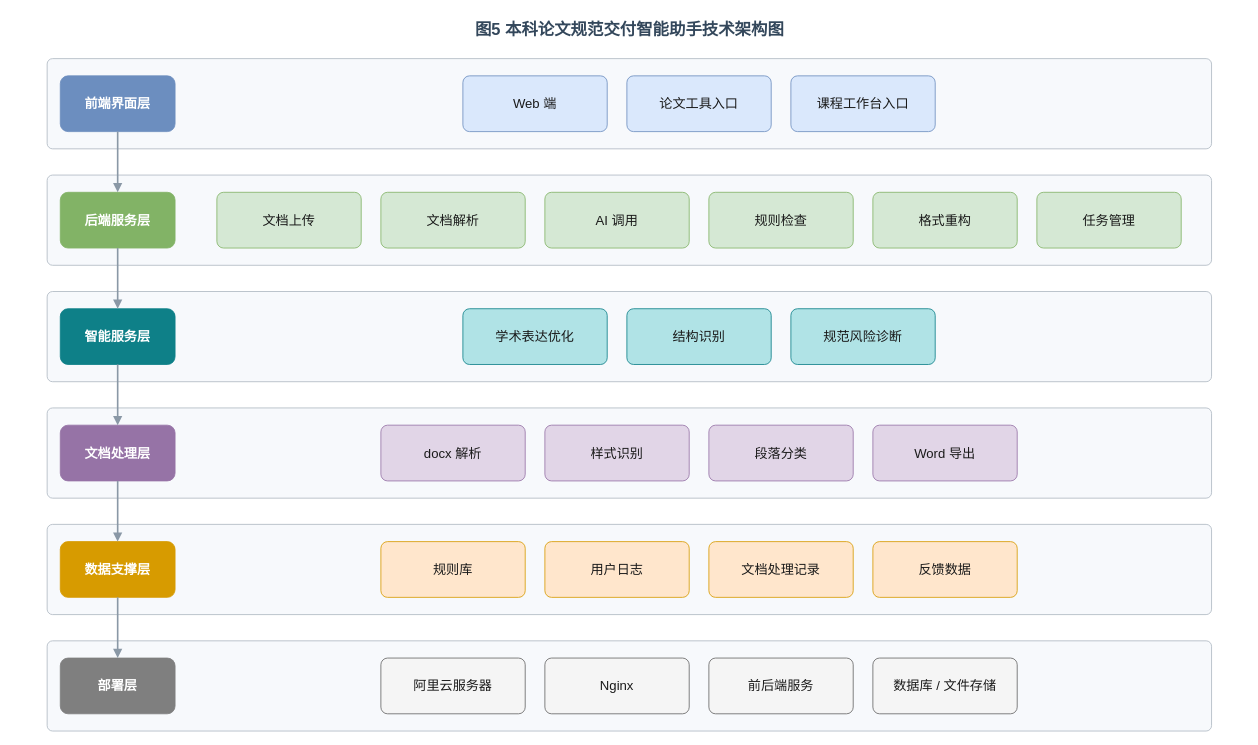
This is docs/drawio/图5-技术架构图.drawio from LetItGoBoy/thesis-formatter, a draw.io file, before an edit. Source tidied: cells renumbered, new cells numbered last; positions are measured from the earlier drawing's top-left corner, leaving out a move shared by most shapes. Both pictures are drawn from the tidied source at 82%, with x=0, y=0 at pixel (14, 14).
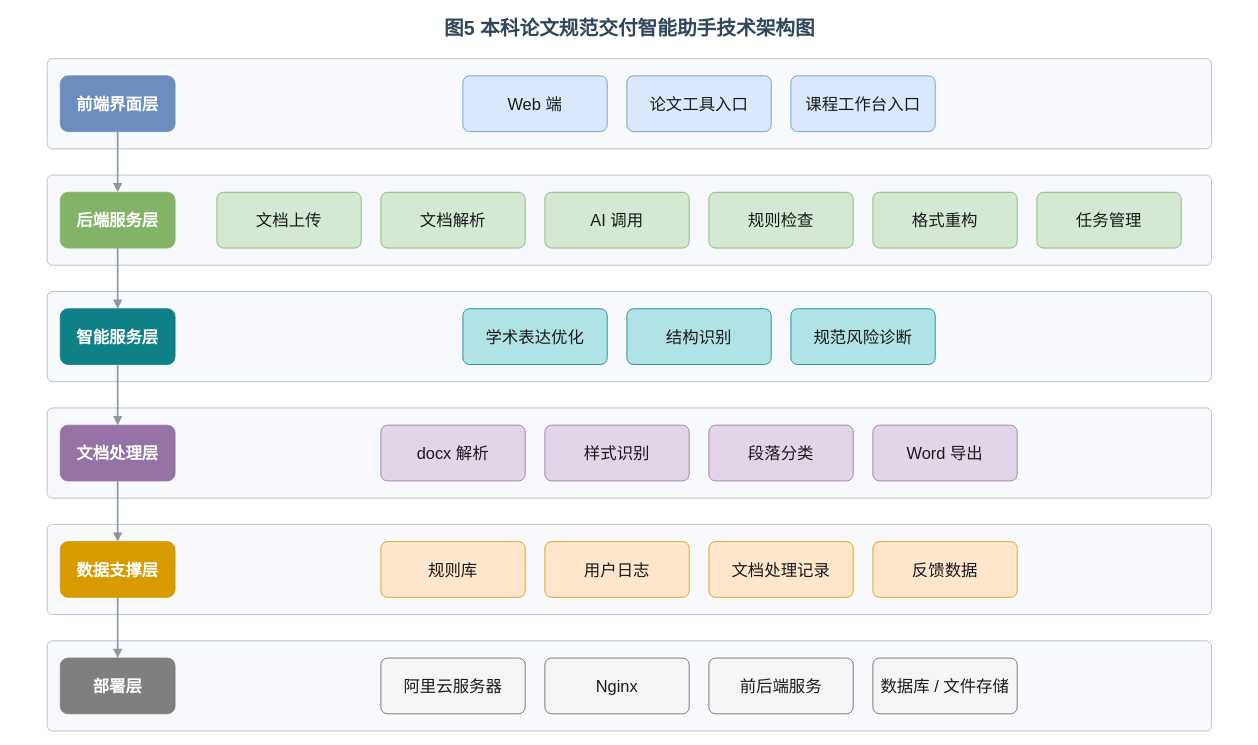
After the change.

What changed in the source:
```diff
@@
-    <mxCell id="2" value="图5  本科论文规范交付智能助手技术架构图" style="text;html=1;align=center;verticalAlign=middle;fontSize=20;fontStyle=1;fontColor=#33475B;" parent="1" vertex="1">
+    <mxCell id="2" value="图5  本科论文规范交付智能助手技术架构图" style="text;html=1;align=center;verticalAlign=middle;fontSize=24;fontStyle=1;fontColor=#33475B;" parent="1" vertex="1">
       <mxGeometry width="1500" height="36" as="geometry" />
     </mxCell>
@@
-    <mxCell id="4" value="前端界面层" style="rounded=1;arcSize=14;whiteSpace=wrap;html=1;fillColor=#6C8EBF;strokeColor=#6C8EBF;fontColor=#FFFFFF;fontStyle=1;fontSize=16;" parent="1" vertex="1">
+    <mxCell id="4" value="前端界面层" style="rounded=1;arcSize=14;whiteSpace=wrap;html=1;fillColor=#6C8EBF;strokeColor=#6C8EBF;fontColor=#FFFFFF;fontStyle=1;fontSize=20;" parent="1" vertex="1">
       <mxGeometry x="56" y="75" width="140" height="68" as="geometry" />
     </mxCell>
-    <mxCell id="5" value="Web 端" style="rounded=1;arcSize=12;whiteSpace=wrap;html=1;fillColor=#DAE8FC;strokeColor=#6C8EBF;fontColor=#1A1A1A;fontSize=16;shadow=0;" parent="1" vertex="1">
+    <mxCell id="5" value="Web 端" style="rounded=1;arcSize=12;whiteSpace=wrap;html=1;fillColor=#DAE8FC;strokeColor=#6C8EBF;fontColor=#1A1A1A;fontSize=20;shadow=0;" parent="1" vertex="1">
       <mxGeometry x="547" y="75" width="176" height="68" as="geometry" />
     </mxCell>
-    <mxCell id="6" value="论文工具入口" style="rounded=1;arcSize=12;whiteSpace=wrap;html=1;fillColor=#DAE8FC;strokeColor=#6C8EBF;fontColor=#1A1A1A;fontSize=16;shadow=0;" parent="1" vertex="1">
+    <mxCell id="6" value="论文工具入口" style="rounded=1;arcSize=12;whiteSpace=wrap;html=1;fillColor=#DAE8FC;strokeColor=#6C8EBF;fontColor=#1A1A1A;fontSize=20;shadow=0;" parent="1" vertex="1">
       <mxGeometry x="747" y="75" width="176" height="68" as="geometry" />
     </mxCell>
-    <mxCell id="7" value="课程工作台入口" style="rounded=1;arcSize=12;whiteSpace=wrap;html=1;fillColor=#DAE8FC;strokeColor=#6C8EBF;fontColor=#1A1A1A;fontSize=16;shadow=0;" parent="1" vertex="1">
+    <mxCell id="7" value="课程工作台入口" style="rounded=1;arcSize=12;whiteSpace=wrap;html=1;fillColor=#DAE8FC;strokeColor=#6C8EBF;fontColor=#1A1A1A;fontSize=20;shadow=0;" parent="1" vertex="1">
       <mxGeometry x="947" y="75" width="176" height="68" as="geometry" />
     </mxCell>
@@
-    <mxCell id="9" value="后端服务层" style="rounded=1;arcSize=14;whiteSpace=wrap;html=1;fillColor=#82B366;strokeColor=#82B366;fontColor=#FFFFFF;fontStyle=1;fontSize=16;" parent="1" vertex="1">
+    <mxCell id="9" value="后端服务层" style="rounded=1;arcSize=14;whiteSpace=wrap;html=1;fillColor=#82B366;strokeColor=#82B366;fontColor=#FFFFFF;fontStyle=1;fontSize=20;" parent="1" vertex="1">
       <mxGeometry x="56" y="217" width="140" height="68" as="geometry" />
     </mxCell>
-    <mxCell id="10" value="文档上传" style="rounded=1;arcSize=12;whiteSpace=wrap;html=1;fillColor=#D5E8D4;strokeColor=#82B366;fontColor=#1A1A1A;fontSize=16;shadow=0;" parent="1" vertex="1">
+    <mxCell id="10" value="文档上传" style="rounded=1;arcSize=12;whiteSpace=wrap;html=1;fillColor=#D5E8D4;strokeColor=#82B366;fontColor=#1A1A1A;fontSize=20;shadow=0;" parent="1" vertex="1">
       <mxGeometry x="247" y="217" width="176" height="68" as="geometry" />
     </mxCell>
-    <mxCell id="11" value="文档解析" style="rounded=1;arcSize=12;whiteSpace=wrap;html=1;fillColor=#D5E8D4;strokeColor=#82B366;fontColor=#1A1A1A;fontSize=16;shadow=0;" parent="1" vertex="1">
+    <mxCell id="11" value="文档解析" style="rounded=1;arcSize=12;whiteSpace=wrap;html=1;fillColor=#D5E8D4;strokeColor=#82B366;fontColor=#1A1A1A;fontSize=20;shadow=0;" parent="1" vertex="1">
       <mxGeometry x="447" y="217" width="176" height="68" as="geometry" />
     </mxCell>
-    <mxCell id="12" value="AI 调用" style="rounded=1;arcSize=12;whiteSpace=wrap;html=1;fillColor=#D5E8D4;strokeColor=#82B366;fontColor=#1A1A1A;fontSize=16;shadow=0;" parent="1" vertex="1">
+    <mxCell id="12" value="AI 调用" style="rounded=1;arcSize=12;whiteSpace=wrap;html=1;fillColor=#D5E8D4;strokeColor=#82B366;fontColor=#1A1A1A;fontSize=20;shadow=0;" parent="1" vertex="1">
       <mxGeometry x="647" y="217" width="176" height="68" as="geometry" />
     </mxCell>
-    <mxCell id="13" value="规则检查" style="rounded=1;arcSize=12;whiteSpace=wrap;html=1;fillColor=#D5E8D4;strokeColor=#82B366;fontColor=#1A1A1A;fontSize=16;shadow=0;" parent="1" vertex="1">
+    <mxCell id="13" value="规则检查" style="rounded=1;arcSize=12;whiteSpace=wrap;html=1;fillColor=#D5E8D4;strokeColor=#82B366;fontColor=#1A1A1A;fontSize=20;shadow=0;" parent="1" vertex="1">
       <mxGeometry x="847" y="217" width="176" height="68" as="geometry" />
     </mxCell>
-    <mxCell id="14" value="格式重构" style="rounded=1;arcSize=12;whiteSpace=wrap;html=1;fillColor=#D5E8D4;strokeColor=#82B366;fontColor=#1A1A1A;fontSize=16;shadow=0;" parent="1" vertex="1">
+    <mxCell id="14" value="格式重构" style="rounded=1;arcSize=12;whiteSpace=wrap;html=1;fillColor=#D5E8D4;strokeColor=#82B366;fontColor=#1A1A1A;fontSize=20;shadow=0;" parent="1" vertex="1">
       <mxGeometry x="1047" y="217" width="176" height="68" as="geometry" />
     </mxCell>
-    <mxCell id="15" value="任务管理" style="rounded=1;arcSize=12;whiteSpace=wrap;html=1;fillColor=#D5E8D4;strokeColor=#82B366;fontColor=#1A1A1A;fontSize=16;shadow=0;" parent="1" vertex="1">
+    <mxCell id="15" value="任务管理" style="rounded=1;arcSize=12;whiteSpace=wrap;html=1;fillColor=#D5E8D4;strokeColor=#82B366;fontColor=#1A1A1A;fontSize=20;shadow=0;" parent="1" vertex="1">
       <mxGeometry x="1247" y="217" width="176" height="68" as="geometry" />
     </mxCell>
@@
-    <mxCell id="17" value="智能服务层" style="rounded=1;arcSize=14;whiteSpace=wrap;html=1;fillColor=#0E8088;strokeColor=#0E8088;fontColor=#FFFFFF;fontStyle=1;fontSize=16;" parent="1" vertex="1">
+    <mxCell id="17" value="智能服务层" style="rounded=1;arcSize=14;whiteSpace=wrap;html=1;fillColor=#0E8088;strokeColor=#0E8088;fontColor=#FFFFFF;fontStyle=1;fontSize=20;" parent="1" vertex="1">
       <mxGeometry x="56" y="359" width="140" height="68" as="geometry" />
     </mxCell>
-    <mxCell id="18" value="学术表达优化" style="rounded=1;arcSize=12;whiteSpace=wrap;html=1;fillColor=#B0E3E6;strokeColor=#0E8088;fontColor=#1A1A1A;fontSize=16;shadow=0;" parent="1" vertex="1">
+    <mxCell id="18" value="学术表达优化" style="rounded=1;arcSize=12;whiteSpace=wrap;html=1;fillColor=#B0E3E6;strokeColor=#0E8088;fontColor=#1A1A1A;fontSize=20;shadow=0;" parent="1" vertex="1">
       <mxGeometry x="547" y="359" width="176" height="68" as="geometry" />
     </mxCell>
-    <mxCell id="19" value="结构识别" style="rounded=1;arcSize=12;whiteSpace=wrap;html=1;fillColor=#B0E3E6;strokeColor=#0E8088;fontColor=#1A1A1A;fontSize=16;shadow=0;" parent="1" vertex="1">
+    <mxCell id="19" value="结构识别" style="rounded=1;arcSize=12;whiteSpace=wrap;html=1;fillColor=#B0E3E6;strokeColor=#0E8088;fontColor=#1A1A1A;fontSize=20;shadow=0;" parent="1" vertex="1">
       <mxGeometry x="747" y="359" width="176" height="68" as="geometry" />
     </mxCell>
-    <mxCell id="20" value="规范风险诊断" style="rounded=1;arcSize=12;whiteSpace=wrap;html=1;fillColor=#B0E3E6;strokeColor=#0E8088;fontColor=#1A1A1A;fontSize=16;shadow=0;" parent="1" vertex="1">
+    <mxCell id="20" value="规范风险诊断" style="rounded=1;arcSize=12;whiteSpace=wrap;html=1;fillColor=#B0E3E6;strokeColor=#0E8088;fontColor=#1A1A1A;fontSize=20;shadow=0;" parent="1" vertex="1">
       <mxGeometry x="947" y="359" width="176" height="68" as="geometry" />
     </mxCell>
@@
-    <mxCell id="22" value="文档处理层" style="rounded=1;arcSize=14;whiteSpace=wrap;html=1;fillColor=#9673A6;strokeColor=#9673A6;fontColor=#FFFFFF;fontStyle=1;fontSize=16;" parent="1" vertex="1">
+    <mxCell id="22" value="文档处理层" style="rounded=1;arcSize=14;whiteSpace=wrap;html=1;fillColor=#9673A6;strokeColor=#9673A6;fontColor=#FFFFFF;fontStyle=1;fontSize=20;" parent="1" vertex="1">
       <mxGeometry x="56" y="501" width="140" height="68" as="geometry" />
     </mxCell>
-    <mxCell id="23" value="docx 解析" style="rounded=1;arcSize=12;whiteSpace=wrap;html=1;fillColor=#E1D5E7;strokeColor=#9673A6;fontColor=#1A1A1A;fontSize=16;shadow=0;" parent="1" vertex="1">
+    <mxCell id="23" value="docx 解析" style="rounded=1;arcSize=12;whiteSpace=wrap;html=1;fillColor=#E1D5E7;strokeColor=#9673A6;fontColor=#1A1A1A;fontSize=20;shadow=0;" parent="1" vertex="1">
       <mxGeometry x="447" y="501" width="176" height="68" as="geometry" />
     </mxCell>
-    <mxCell id="24" value="样式识别" style="rounded=1;arcSize=12;whiteSpace=wrap;html=1;fillColor=#E1D5E7;strokeColor=#9673A6;fontColor=#1A1A1A;fontSize=16;shadow=0;" parent="1" vertex="1">
+    <mxCell id="24" value="样式识别" style="rounded=1;arcSize=12;whiteSpace=wrap;html=1;fillColor=#E1D5E7;strokeColor=#9673A6;fontColor=#1A1A1A;fontSize=20;shadow=0;" parent="1" vertex="1">
       <mxGeometry x="647" y="501" width="176" height="68" as="geometry" />
     </mxCell>
-    <mxCell id="25" value="段落分类" style="rounded=1;arcSize=12;whiteSpace=wrap;html=1;fillColor=#E1D5E7;strokeColor=#9673A6;fontColor=#1A1A1A;fontSize=16;shadow=0;" parent="1" vertex="1">
+    <mxCell id="25" value="段落分类" style="rounded=1;arcSize=12;whiteSpace=wrap;html=1;fillColor=#E1D5E7;strokeColor=#9673A6;fontColor=#1A1A1A;fontSize=20;shadow=0;" parent="1" vertex="1">
       <mxGeometry x="847" y="501" width="176" height="68" as="geometry" />
     </mxCell>
-    <mxCell id="26" value="Word 导出" style="rounded=1;arcSize=12;whiteSpace=wrap;html=1;fillColor=#E1D5E7;strokeColor=#9673A6;fontColor=#1A1A1A;fontSize=16;shadow=0;" parent="1" vertex="1">
+    <mxCell id="26" value="Word 导出" style="rounded=1;arcSize=12;whiteSpace=wrap;html=1;fillColor=#E1D5E7;strokeColor=#9673A6;fontColor=#1A1A1A;fontSize=20;shadow=0;" parent="1" vertex="1">
       <mxGeometry x="1047" y="501" width="176" height="68" as="geometry" />
     </mxCell>
@@
-    <mxCell id="28" value="数据支撑层" style="rounded=1;arcSize=14;whiteSpace=wrap;html=1;fillColor=#D79B00;strokeColor=#D79B00;fontColor=#FFFFFF;fontStyle=1;fontSize=16;" parent="1" vertex="1">
+    <mxCell id="28" value="数据支撑层" style="rounded=1;arcSize=14;whiteSpace=wrap;html=1;fillColor=#D79B00;strokeColor=#D79B00;fontColor=#FFFFFF;fontStyle=1;fontSize=20;" parent="1" vertex="1">
       <mxGeometry x="56" y="643" width="140" height="68" as="geometry" />
     </mxCell>
-    <mxCell id="29" value="规则库" style="rounded=1;arcSize=12;whiteSpace=wrap;html=1;fillColor=#FFE6CC;strokeColor=#D79B00;fontColor=#1A1A1A;fontSize=16;shadow=0;" parent="1" vertex="1">
+    <mxCell id="29" value="规则库" style="rounded=1;arcSize=12;whiteSpace=wrap;html=1;fillColor=#FFE6CC;strokeColor=#D79B00;fontColor=#1A1A1A;fontSize=20;shadow=0;" parent="1" vertex="1">
       <mxGeometry x="447" y="643" width="176" height="68" as="geometry" />
     </mxCell>
-    <mxCell id="30" value="用户日志" style="rounded=1;arcSize=12;whiteSpace=wrap;html=1;fillColor=#FFE6CC;strokeColor=#D79B00;fontColor=#1A1A1A;fontSize=16;shadow=0;" parent="1" vertex="1">
+    <mxCell id="30" value="用户日志" style="rounded=1;arcSize=12;whiteSpace=wrap;html=1;fillColor=#FFE6CC;strokeColor=#D79B00;fontColor=#1A1A1A;fontSize=20;shadow=0;" parent="1" vertex="1">
       <mxGeometry x="647" y="643" width="176" height="68" as="geometry" />
     </mxCell>
-    <mxCell id="31" value="文档处理记录" style="rounded=1;arcSize=12;whiteSpace=wrap;html=1;fillColor=#FFE6CC;strokeColor=#D79B00;fontColor=#1A1A1A;fontSize=16;shadow=0;" parent="1" vertex="1">
+    <mxCell id="31" value="文档处理记录" style="rounded=1;arcSize=12;whiteSpace=wrap;html=1;fillColor=#FFE6CC;strokeColor=#D79B00;fontColor=#1A1A1A;fontSize=20;shadow=0;" parent="1" vertex="1">
       <mxGeometry x="847" y="643" width="176" height="68" as="geometry" />
     </mxCell>
-    <mxCell id="32" value="反馈数据" style="rounded=1;arcSize=12;whiteSpace=wrap;html=1;fillColor=#FFE6CC;strokeColor=#D79B00;fontColor=#1A1A1A;fontSize=16;shadow=0;" parent="1" vertex="1">
+    <mxCell id="32" value="反馈数据" style="rounded=1;arcSize=12;whiteSpace=wrap;html=1;fillColor=#FFE6CC;strokeColor=#D79B00;fontColor=#1A1A1A;fontSize=20;shadow=0;" parent="1" vertex="1">
       <mxGeometry x="1047" y="643" width="176" height="68" as="geometry" />
     </mxCell>
@@
-    <mxCell id="34" value="部署层" style="rounded=1;arcSize=14;whiteSpace=wrap;html=1;fillColor=#7F7F7F;strokeColor=#7F7F7F;fontColor=#FFFFFF;fontStyle=1;fontSize=16;" parent="1" vertex="1">
+    <mxCell id="34" value="部署层" style="rounded=1;arcSize=14;whiteSpace=wrap;html=1;fillColor=#7F7F7F;strokeColor=#7F7F7F;fontColor=#FFFFFF;fontStyle=1;fontSize=20;" parent="1" vertex="1">
       <mxGeometry x="56" y="785" width="140" height="68" as="geometry" />
     </mxCell>
-    <mxCell id="35" value="阿里云服务器" style="rounded=1;arcSize=12;whiteSpace=wrap;html=1;fillColor=#F5F5F5;strokeColor=#666666;fontColor=#1A1A1A;fontSize=16;shadow=0;" parent="1" vertex="1">
+    <mxCell id="35" value="阿里云服务器" style="rounded=1;arcSize=12;whiteSpace=wrap;html=1;fillColor=#F5F5F5;strokeColor=#666666;fontColor=#1A1A1A;fontSize=20;shadow=0;" parent="1" vertex="1">
       <mxGeometry x="447" y="785" width="176" height="68" as="geometry" />
     </mxCell>
-    <mxCell id="36" value="Nginx" style="rounded=1;arcSize=12;whiteSpace=wrap;html=1;fillColor=#F5F5F5;strokeColor=#666666;fontColor=#1A1A1A;fontSize=16;shadow=0;" parent="1" vertex="1">
+    <mxCell id="36" value="Nginx" style="rounded=1;arcSize=12;whiteSpace=wrap;html=1;fillColor=#F5F5F5;strokeColor=#666666;fontColor=#1A1A1A;fontSize=20;shadow=0;" parent="1" vertex="1">
       <mxGeometry x="647" y="785" width="176" height="68" as="geometry" />
     </mxCell>
-    <mxCell id="37" value="前后端服务" style="rounded=1;arcSize=12;whiteSpace=wrap;html=1;fillColor=#F5F5F5;strokeColor=#666666;fontColor=#1A1A1A;fontSize=16;shadow=0;" parent="1" vertex="1">
+    <mxCell id="37" value="前后端服务" style="rounded=1;arcSize=12;whiteSpace=wrap;html=1;fillColor=#F5F5F5;strokeColor=#666666;fontColor=#1A1A1A;fontSize=20;shadow=0;" parent="1" vertex="1">
       <mxGeometry x="847" y="785" width="176" height="68" as="geometry" />
     </mxCell>
-    <mxCell id="38" value="数据库 / 文件存储" style="rounded=1;arcSize=12;whiteSpace=wrap;html=1;fillColor=#F5F5F5;strokeColor=#666666;fontColor=#1A1A1A;fontSize=16;shadow=0;" parent="1" vertex="1">
+    <mxCell id="38" value="数据库 / 文件存储" style="rounded=1;arcSize=12;whiteSpace=wrap;html=1;fillColor=#F5F5F5;strokeColor=#666666;fontColor=#1A1A1A;fontSize=20;shadow=0;" parent="1" vertex="1">
       <mxGeometry x="1047" y="785" width="176" height="68" as="geometry" />
     </mxCell>
-    <mxCell id="39" style="edgeStyle=orthogonalEdgeStyle;rounded=1;html=1;strokeColor=#8A98A6;strokeWidth=2;endArrow=block;endFill=1;fontSize=15;fontColor=#33475B;" parent="1" edge="1" source="4" target="9">
+    <mxCell id="39" style="edgeStyle=orthogonalEdgeStyle;rounded=1;html=1;strokeColor=#8A98A6;strokeWidth=2;endArrow=block;endFill=1;fontSize=18;fontColor=#33475B;" parent="1" edge="1" source="4" target="9">
       <mxGeometry relative="1" as="geometry" />
     </mxCell>
-    <mxCell id="40" style="edgeStyle=orthogonalEdgeStyle;rounded=1;html=1;strokeColor=#8A98A6;strokeWidth=2;endArrow=block;endFill=1;fontSize=15;fontColor=#33475B;" parent="1" edge="1" source="9" target="17">
+    <mxCell id="40" style="edgeStyle=orthogonalEdgeStyle;rounded=1;html=1;strokeColor=#8A98A6;strokeWidth=2;endArrow=block;endFill=1;fontSize=18;fontColor=#33475B;" parent="1" edge="1" source="9" target="17">
       <mxGeometry relative="1" as="geometry" />
     </mxCell>
-    <mxCell id="41" style="edgeStyle=orthogonalEdgeStyle;rounded=1;html=1;strokeColor=#8A98A6;strokeWidth=2;endArrow=block;endFill=1;fontSize=15;fontColor=#33475B;" parent="1" edge="1" source="17" target="22">
+    <mxCell id="41" style="edgeStyle=orthogonalEdgeStyle;rounded=1;html=1;strokeColor=#8A98A6;strokeWidth=2;endArrow=block;endFill=1;fontSize=18;fontColor=#33475B;" parent="1" edge="1" source="17" target="22">
       <mxGeometry relative="1" as="geometry" />
     </mxCell>
-    <mxCell id="42" style="edgeStyle=orthogonalEdgeStyle;rounded=1;html=1;strokeColor=#8A98A6;strokeWidth=2;endArrow=block;endFill=1;fontSize=15;fontColor=#33475B;" parent="1" edge="1" source="22" target="28">
+    <mxCell id="42" style="edgeStyle=orthogonalEdgeStyle;rounded=1;html=1;strokeColor=#8A98A6;strokeWidth=2;endArrow=block;endFill=1;fontSize=18;fontColor=#33475B;" parent="1" edge="1" source="22" target="28">
       <mxGeometry relative="1" as="geometry" />
     </mxCell>
-    <mxCell id="43" style="edgeStyle=orthogonalEdgeStyle;rounded=1;html=1;strokeColor=#8A98A6;strokeWidth=2;endArrow=block;endFill=1;fontSize=15;fontColor=#33475B;" parent="1" edge="1" source="28" target="34">
+    <mxCell id="43" style="edgeStyle=orthogonalEdgeStyle;rounded=1;html=1;strokeColor=#8A98A6;strokeWidth=2;endArrow=block;endFill=1;fontSize=18;fontColor=#33475B;" parent="1" edge="1" source="28" target="34">
       <mxGeometry relative="1" as="geometry" />
     </mxCell>
```
